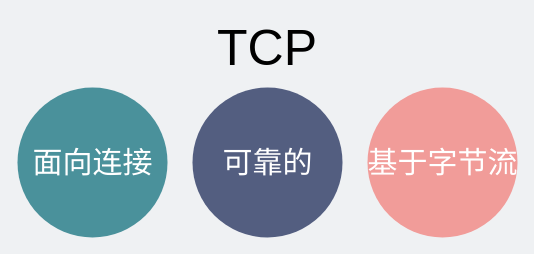
Above: network/tcp是什么.drawio in xiaobaiTech/image (draw.io), before the change. Source tidied: cells renumbered, new cells numbered last; positions are measured from the earlier drawing's top-left corner, leaving out a move shared by most shapes. Both pictures are drawn from the tidied source at 100%, with x=0, y=0 at pixel (17, 37).
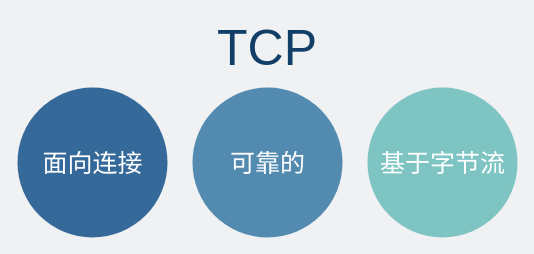
Above is the later version.

What changed in the source:
```diff
@@
 <mxGraphModel background="#EFF1F3">
   <root>
     <mxCell id="0" />
     <mxCell id="1" parent="0" />
-    <mxCell id="2" value="基于字节流" style="ellipse;strokeColor=none;html=1;fontColor=#FFFFFF;fontSize=30;shadow=0;fillColor=#F19C99;" parent="1" vertex="1">
+    <mxCell id="2" value="基于字节流" style="ellipse;strokeColor=none;html=1;fontColor=#FFFFFF;fontSize=25;shadow=0;fillColor=#7EC4C3;" parent="1" vertex="1">
       <mxGeometry x="350" y="50" width="150" height="150" as="geometry" />
     </mxCell>
-    <mxCell id="3" value="面向连接" style="ellipse;strokeColor=none;html=1;fontColor=#FFFFFF;fontSize=30;shadow=0;fillColor=#4A919B;" parent="1" vertex="1">
+    <mxCell id="3" value="面向连接" style="ellipse;strokeColor=none;html=1;fontColor=#FFFFFF;fontSize=25;shadow=0;fillColor=#35699A;" parent="1" vertex="1">
       <mxGeometry y="50" width="150" height="150" as="geometry" />
     </mxCell>
-    <mxCell id="4" value="可靠的" style="ellipse;strokeColor=none;html=1;fontColor=#FFFFFF;fontSize=30;shadow=0;fillColor=#535E80;" parent="1" vertex="1">
+    <mxCell id="4" value="可靠的" style="ellipse;strokeColor=none;html=1;fontColor=#FFFFFF;fontSize=25;shadow=0;fillColor=#538AAF;" parent="1" vertex="1">
       <mxGeometry x="175" y="50" width="150" height="150" as="geometry" />
     </mxCell>
-    <mxCell id="5" value="TCP" style="text;html=1;strokeColor=none;fillColor=none;align=center;verticalAlign=middle;whiteSpace=wrap;rounded=0;fontSize=50;shadow=1;" parent="1" vertex="1">
+    <mxCell id="5" value="&lt;font color=&quot;#123f67&quot;&gt;TCP&lt;/font&gt;" style="text;html=1;strokeColor=none;fillColor=none;align=center;verticalAlign=middle;whiteSpace=wrap;rounded=0;fontSize=50;shadow=1;" parent="1" vertex="1">
       <mxGeometry x="230" width="40" height="20" as="geometry" />
     </mxCell>
   </root>
 </mxGraphModel>
```
